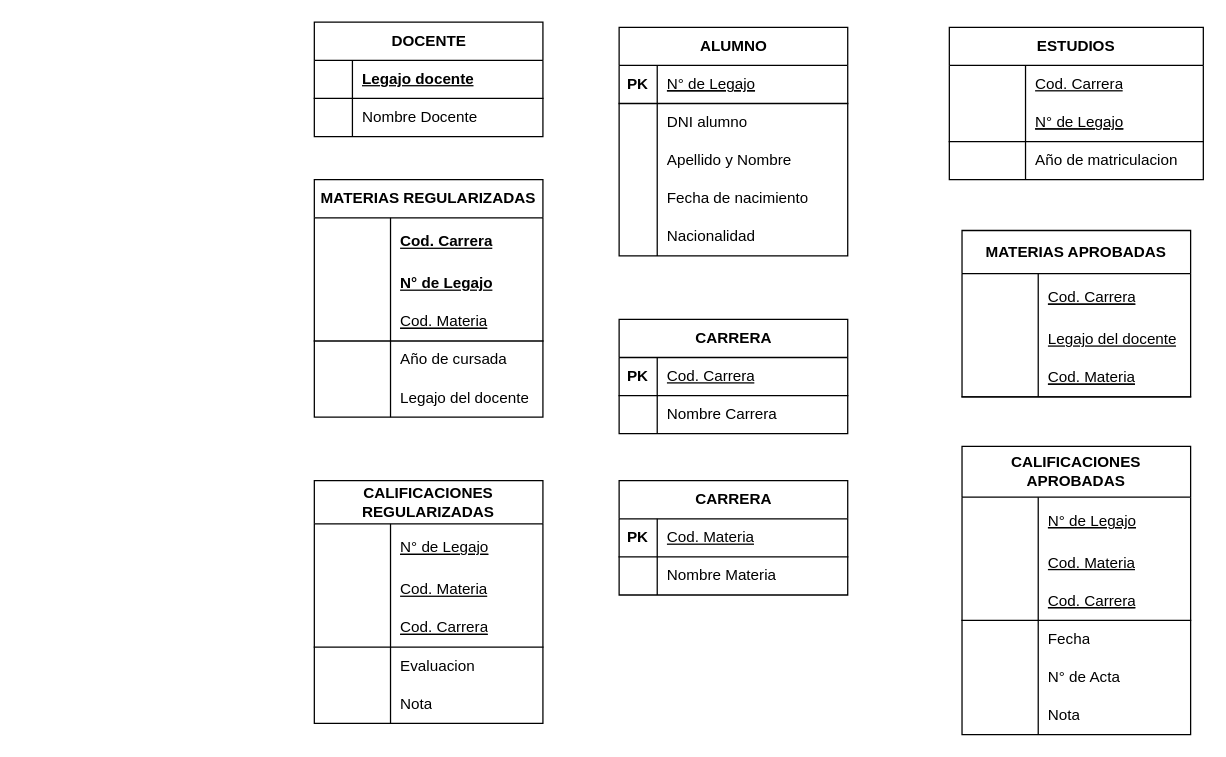
Ailenmarina/Grupo11 keeps this draw.io diagram as page "DER" (3 of 3) of Grupo11_Parcial1.drawio. Above is the earlier version. Source tidied: cells renumbered, new cells numbered last; positions are measured from the earlier drawing's top-left corner, leaving out a move shared by most shapes. Both pictures are drawn from the tidied source at 127%, with x=0, y=0 at pixel (22, 22).
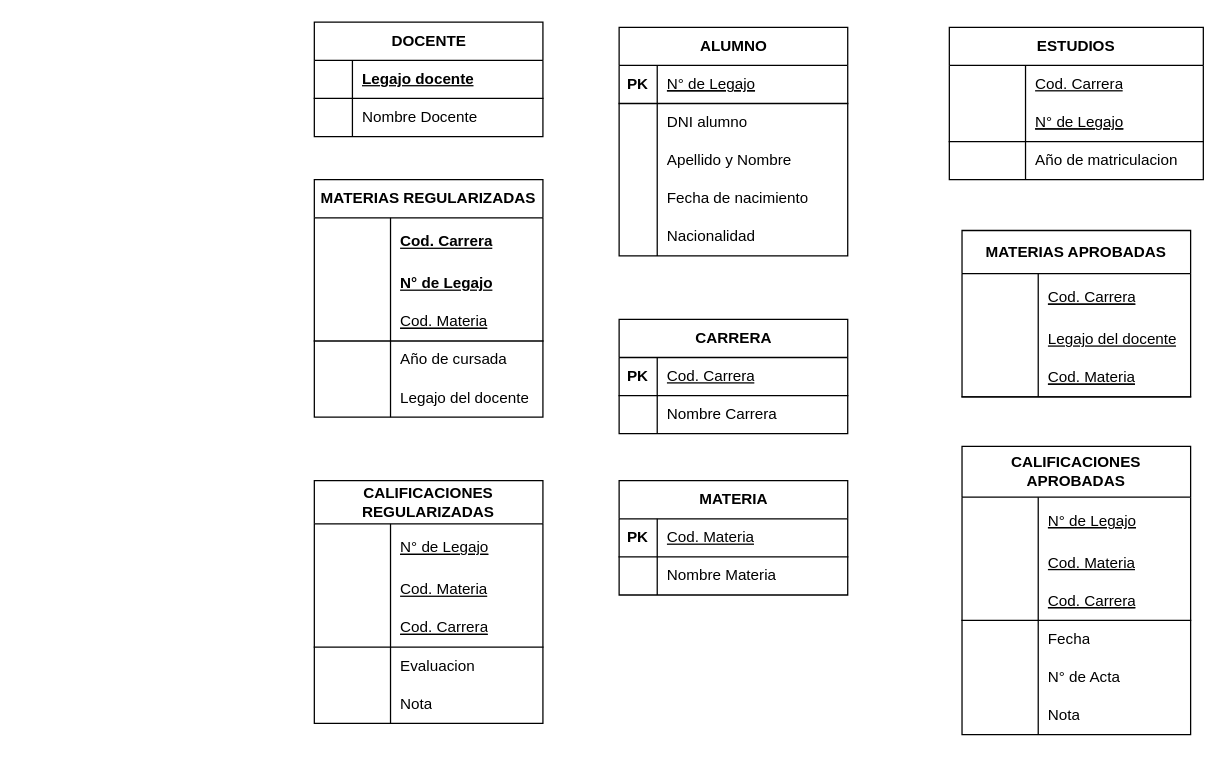
The same page after the edit.

Change to the diagram source:
```diff
@@
-    <mxCell id="105" value="CARRERA" style="shape=table;startSize=30;childLayout=tableLayout;rowLines=0;fontStyle=1;align=center;html=1;" parent="1" vertex="1">
+    <mxCell id="105" value="MATERIA" style="shape=table;startSize=30;childLayout=tableLayout;rowLines=0;fontStyle=1;align=center;html=1;" parent="1" vertex="1">
       <mxGeometry x="470" y="361" width="180" height="90" as="geometry" />
     </mxCell>
```
